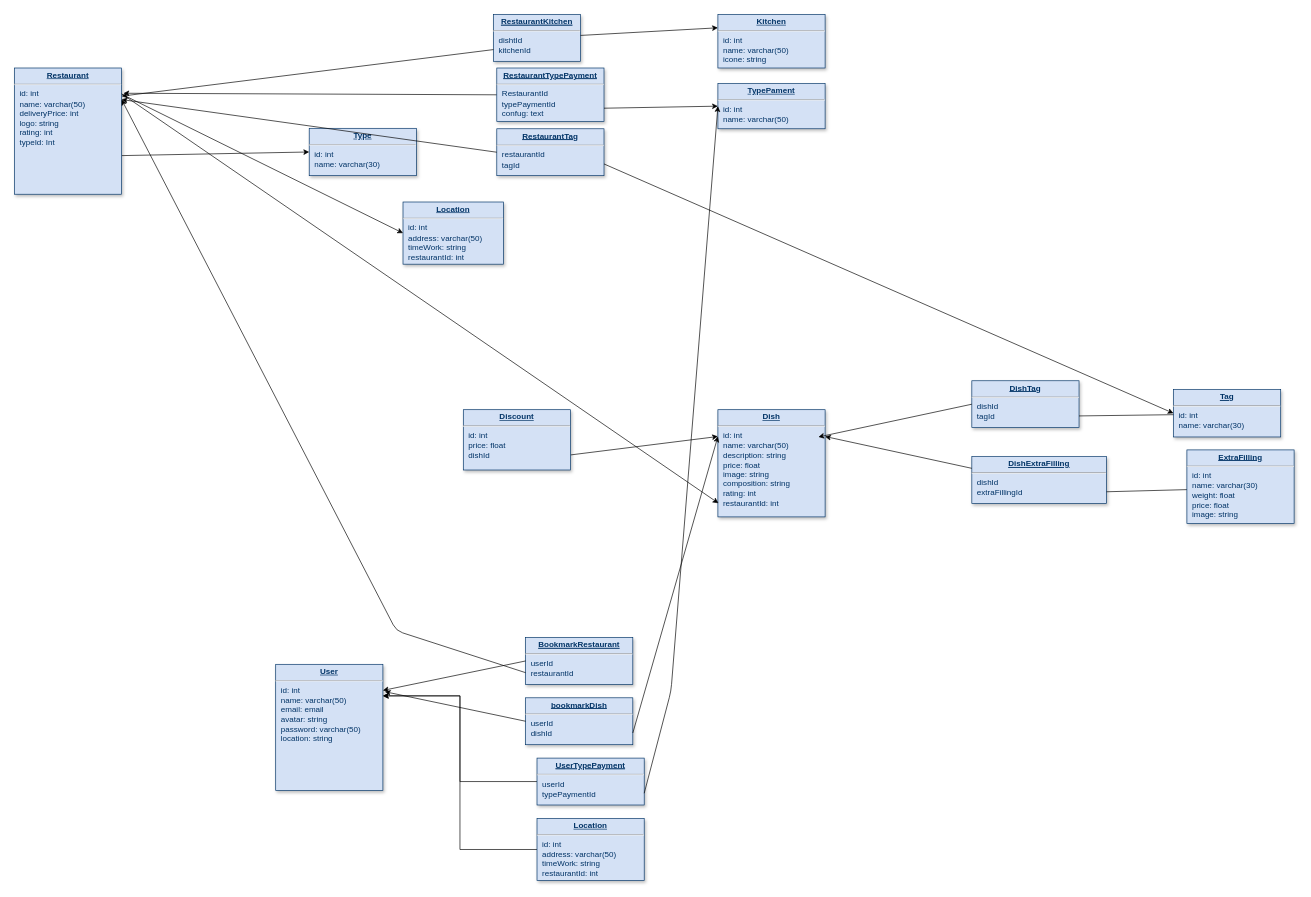
Above: Untitled Diagram.drawio in YuraBobeshko/Food (draw.io), before the change. Source tidied: cells renumbered, new cells numbered last; positions are measured from the earlier drawing's top-left corner, leaving out a move shared by most shapes. Both pictures are drawn from the tidied source at 67%, with x=0, y=0 at pixel (14, 14).
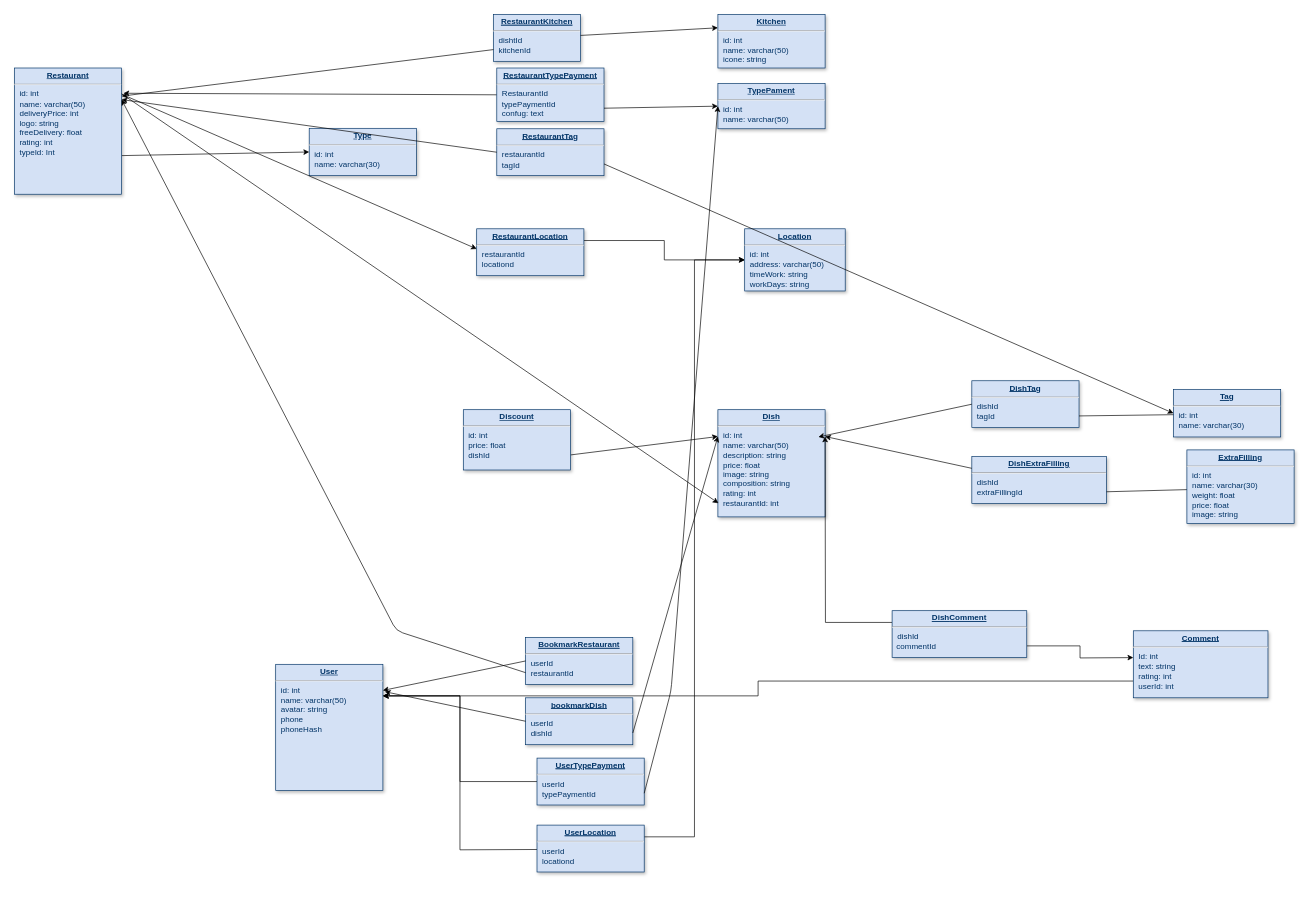
Above is the later version.

Change to the diagram source:
```diff
@@
-    <mxCell id="3" value="&lt;p style=&quot;margin: 4px 0px 0px ; text-align: center&quot;&gt;&lt;b&gt;&lt;u&gt;Restaurant&lt;/u&gt;&lt;/b&gt;&lt;br&gt;&lt;/p&gt;&lt;hr&gt;&lt;p style=&quot;margin: 0px ; margin-left: 8px&quot;&gt;id: int&lt;br&gt;name: varchar(50)&lt;br&gt;deliveryPrice: int&lt;br&gt;logo: string&lt;br&gt;rating: int&lt;br&gt;typeId: Int&lt;br&gt;&lt;br&gt;&lt;br&gt;&lt;/p&gt;" style="verticalAlign=top;align=left;overflow=fill;fontSize=12;fontFamily=Helvetica;html=1;strokeColor=#003366;shadow=1;fillColor=#D4E1F5;fontColor=#003366;" parent="1" vertex="1">
+    <mxCell id="3" value="&lt;p style=&quot;margin: 4px 0px 0px ; text-align: center&quot;&gt;&lt;b&gt;&lt;u&gt;Restaurant&lt;/u&gt;&lt;/b&gt;&lt;br&gt;&lt;/p&gt;&lt;hr&gt;&lt;p style=&quot;margin: 0px ; margin-left: 8px&quot;&gt;id: int&lt;br&gt;name: varchar(50)&lt;br&gt;deliveryPrice: int&lt;br&gt;logo: string&lt;br&gt;freeDelivery: float&lt;br&gt;rating: int&lt;br&gt;typeId: Int&lt;br&gt;&lt;br&gt;&lt;br&gt;&lt;/p&gt;" style="verticalAlign=top;align=left;overflow=fill;fontSize=12;fontFamily=Helvetica;html=1;strokeColor=#003366;shadow=1;fillColor=#D4E1F5;fontColor=#003366;" parent="1" vertex="1">
       <mxGeometry y="80" width="160" height="188.4" as="geometry" />
     </mxCell>
@@
-    <mxCell id="29" value="&lt;p style=&quot;margin: 4px 0px 0px ; text-align: center&quot;&gt;&lt;b&gt;&lt;u&gt;User&lt;/u&gt;&lt;/b&gt;&lt;br&gt;&lt;/p&gt;&lt;hr&gt;&lt;p style=&quot;margin: 0px ; margin-left: 8px&quot;&gt;id: int&lt;br&gt;name: varchar(50)&lt;br&gt;email: email&lt;br&gt;avatar: string&lt;br&gt;password: varchar(50)&lt;br&gt;location: string&lt;br&gt;&lt;br&gt;&lt;br&gt;&lt;br&gt;&lt;/p&gt;" style="verticalAlign=top;align=left;overflow=fill;fontSize=12;fontFamily=Helvetica;html=1;strokeColor=#003366;shadow=1;fillColor=#D4E1F5;fontColor=#003366;" parent="1" vertex="1">
+    <mxCell id="29" value="&lt;p style=&quot;margin: 4px 0px 0px ; text-align: center&quot;&gt;&lt;b&gt;&lt;u&gt;User&lt;/u&gt;&lt;/b&gt;&lt;br&gt;&lt;/p&gt;&lt;hr&gt;&lt;p style=&quot;margin: 0px ; margin-left: 8px&quot;&gt;id: int&lt;br&gt;name: varchar(50)&lt;br&gt;avatar: string&lt;br&gt;phone&lt;br&gt;phoneHash&lt;br&gt;&lt;br&gt;&lt;br&gt;&lt;/p&gt;" style="verticalAlign=top;align=left;overflow=fill;fontSize=12;fontFamily=Helvetica;html=1;strokeColor=#003366;shadow=1;fillColor=#D4E1F5;fontColor=#003366;" parent="1" vertex="1">
       <mxGeometry x="390" y="970" width="160" height="188.4" as="geometry" />
     </mxCell>
@@
-    <mxCell id="38" value="&lt;p style=&quot;margin: 0px ; margin-top: 4px ; text-align: center ; text-decoration: underline&quot;&gt;&lt;span style=&quot;text-align: left&quot;&gt;&lt;b&gt;Location&lt;/b&gt;&lt;/span&gt;&lt;br&gt;&lt;/p&gt;&lt;hr&gt;&lt;p style=&quot;margin: 0px ; margin-left: 8px&quot;&gt;id: int&lt;br&gt;address&lt;span&gt;: varchar(50)&lt;/span&gt;&lt;/p&gt;&lt;p style=&quot;margin: 0px ; margin-left: 8px&quot;&gt;timeWork: string&lt;br&gt;restaurantId: int&lt;br&gt;&lt;/p&gt;&lt;p style=&quot;margin: 0px ; margin-left: 8px&quot;&gt;&lt;br&gt;&lt;br&gt;&lt;/p&gt;" style="verticalAlign=top;align=left;overflow=fill;fontSize=12;fontFamily=Helvetica;html=1;strokeColor=#003366;shadow=1;fillColor=#D4E1F5;fontColor=#003366;" parent="1" vertex="1">
-      <mxGeometry x="580" y="280" width="150" height="92.8" as="geometry" />
+    <mxCell id="38" value="&lt;p style=&quot;margin: 0px ; margin-top: 4px ; text-align: center ; text-decoration: underline&quot;&gt;&lt;span style=&quot;text-align: left&quot;&gt;&lt;b&gt;Location&lt;/b&gt;&lt;/span&gt;&lt;br&gt;&lt;/p&gt;&lt;hr&gt;&lt;p style=&quot;margin: 0px ; margin-left: 8px&quot;&gt;id: int&lt;br&gt;address&lt;span&gt;: varchar(50)&lt;/span&gt;&lt;/p&gt;&lt;p style=&quot;margin: 0px ; margin-left: 8px&quot;&gt;timeWork: string&lt;br&gt;workDays: string&lt;br&gt;&lt;/p&gt;&lt;p style=&quot;margin: 0px ; margin-left: 8px&quot;&gt;&lt;br&gt;&lt;br&gt;&lt;/p&gt;" style="verticalAlign=top;align=left;overflow=fill;fontSize=12;fontFamily=Helvetica;html=1;strokeColor=#003366;shadow=1;fillColor=#D4E1F5;fontColor=#003366;" parent="1" vertex="1">
+      <mxGeometry x="1090" y="320" width="150" height="92.8" as="geometry" />
     </mxCell>
-    <mxCell id="39" style="endArrow=classic;html=1;entryX=0;entryY=0.5;entryDx=0;entryDy=0;exitX=1.008;exitY=0.21;exitDx=0;exitDy=0;exitPerimeter=0;" parent="1" edge="1" source="3" target="38">
-      <mxGeometry relative="1" as="geometry" />
+    <mxCell id="39" style="endArrow=classic;html=1;exitX=1.008;exitY=0.21;exitDx=0;exitDy=0;exitPerimeter=0;" parent="1" edge="1" source="3">
+      <mxGeometry relative="1" as="geometry">
+        <mxPoint x="690" y="350" as="targetPoint" />
+      </mxGeometry>
     </mxCell>
-    <mxCell id="40" style="edgeStyle=orthogonalEdgeStyle;rounded=0;jettySize=auto;html=1;entryX=1;entryY=0.25;entryDx=0;entryDy=0;" parent="1" edge="1" source="41" target="29">
-      <mxGeometry relative="1" as="geometry" />
+    <mxCell id="40" style="edgeStyle=orthogonalEdgeStyle;rounded=0;jettySize=auto;html=1;entryX=1;entryY=0.25;entryDx=0;entryDy=0;" parent="1" edge="1" target="29">
+      <mxGeometry relative="1" as="geometry">
+        <mxPoint x="780" y="1246.4" as="sourcePoint" />
+      </mxGeometry>
     </mxCell>
-    <mxCell id="41" value="&lt;p style=&quot;margin: 0px ; margin-top: 4px ; text-align: center ; text-decoration: underline&quot;&gt;&lt;span style=&quot;text-align: left&quot;&gt;&lt;b&gt;Location&lt;/b&gt;&lt;/span&gt;&lt;br&gt;&lt;/p&gt;&lt;hr&gt;&lt;p style=&quot;margin: 0px ; margin-left: 8px&quot;&gt;id: int&lt;br&gt;address&lt;span&gt;: varchar(50)&lt;/span&gt;&lt;/p&gt;&lt;p style=&quot;margin: 0px ; margin-left: 8px&quot;&gt;timeWork: string&lt;br&gt;restaurantId: int&lt;br&gt;&lt;/p&gt;&lt;p style=&quot;margin: 0px ; margin-left: 8px&quot;&gt;&lt;br&gt;&lt;br&gt;&lt;/p&gt;" style="verticalAlign=top;align=left;overflow=fill;fontSize=12;fontFamily=Helvetica;html=1;strokeColor=#003366;shadow=1;fillColor=#D4E1F5;fontColor=#003366;" parent="1" vertex="1">
-      <mxGeometry x="780" y="1200" width="160" height="92.8" as="geometry" />
-    </mxCell>
@@
+    <mxCell id="49" style="edgeStyle=orthogonalEdgeStyle;rounded=0;jettySize=auto;html=1;exitX=1;exitY=0.25;exitDx=0;exitDy=0;entryX=0;entryY=0.5;entryDx=0;entryDy=0;" parent="1" edge="1" source="50" target="38">
+      <mxGeometry relative="1" as="geometry" />
+    </mxCell>
+    <mxCell id="50" value="&lt;p style=&quot;margin: 0px ; margin-top: 4px ; text-align: center ; text-decoration: underline&quot;&gt;&lt;b&gt;&lt;u&gt;RestaurantLocation&lt;/u&gt;&lt;/b&gt;&lt;br&gt;&lt;/p&gt;&lt;hr&gt;&lt;p style=&quot;margin: 0px ; margin-left: 8px&quot;&gt;restaurantId&lt;br&gt;&lt;span style=&quot;text-align: center&quot;&gt;locationd&lt;/span&gt;&lt;/p&gt;&lt;p style=&quot;margin: 0px ; margin-left: 8px&quot;&gt;&lt;br&gt;&lt;/p&gt;" style="verticalAlign=top;align=left;overflow=fill;fontSize=12;fontFamily=Helvetica;html=1;strokeColor=#003366;shadow=1;fillColor=#D4E1F5;fontColor=#003366;" parent="1" vertex="1">
+      <mxGeometry x="690" y="320" width="160" height="70" as="geometry" />
+    </mxCell>
+    <mxCell id="51" style="edgeStyle=orthogonalEdgeStyle;rounded=0;jettySize=auto;html=1;exitX=1;exitY=0.25;exitDx=0;exitDy=0;entryX=0;entryY=0.5;entryDx=0;entryDy=0;" parent="1" edge="1" source="52" target="38">
+      <mxGeometry relative="1" as="geometry" />
+    </mxCell>
+    <mxCell id="52" value="&lt;p style=&quot;margin: 0px ; margin-top: 4px ; text-align: center ; text-decoration: underline&quot;&gt;&lt;b&gt;&lt;u&gt;UserLocation&lt;/u&gt;&lt;/b&gt;&lt;br&gt;&lt;/p&gt;&lt;hr&gt;&lt;p style=&quot;margin: 0px ; margin-left: 8px&quot;&gt;userId&lt;br&gt;&lt;span style=&quot;text-align: center&quot;&gt;locationd&lt;/span&gt;&lt;/p&gt;&lt;p style=&quot;margin: 0px ; margin-left: 8px&quot;&gt;&lt;br&gt;&lt;/p&gt;" style="verticalAlign=top;align=left;overflow=fill;fontSize=12;fontFamily=Helvetica;html=1;strokeColor=#003366;shadow=1;fillColor=#D4E1F5;fontColor=#003366;" parent="1" vertex="1">
+      <mxGeometry x="780" y="1210" width="160" height="70" as="geometry" />
+    </mxCell>
+    <mxCell id="53" style="edgeStyle=orthogonalEdgeStyle;rounded=0;jettySize=auto;html=1;exitX=0;exitY=0.25;exitDx=0;exitDy=0;" parent="1" edge="1" source="55">
+      <mxGeometry relative="1" as="geometry">
+        <mxPoint x="1210" y="630" as="targetPoint" />
+      </mxGeometry>
+    </mxCell>
+    <mxCell id="54" style="edgeStyle=orthogonalEdgeStyle;rounded=0;jettySize=auto;html=1;exitX=1;exitY=0.75;exitDx=0;exitDy=0;" parent="1" edge="1" source="55">
+      <mxGeometry relative="1" as="geometry">
+        <mxPoint x="1670" y="960" as="targetPoint" />
+      </mxGeometry>
+    </mxCell>
+    <mxCell id="55" value="&lt;p style=&quot;margin: 0px ; margin-top: 4px ; text-align: center ; text-decoration: underline&quot;&gt;&lt;b&gt;&lt;u&gt;Dish&lt;/u&gt;&lt;/b&gt;&lt;b&gt;&lt;u&gt;Comment&lt;/u&gt;&lt;/b&gt;&lt;/p&gt;&lt;hr&gt;&lt;p style=&quot;margin: 0px ; margin-left: 8px&quot;&gt;dishId&lt;/p&gt;&lt;p style=&quot;margin: 0px ; margin-left: 8px&quot;&gt;&lt;/p&gt;&lt;div style=&quot;text-align: left&quot;&gt;&amp;nbsp; commentId&lt;/div&gt;&lt;span style=&quot;text-align: center&quot;&gt;&lt;br&gt;&lt;/span&gt;&lt;p&gt;&lt;/p&gt;&lt;p style=&quot;margin: 0px ; margin-left: 8px&quot;&gt;&lt;br&gt;&lt;/p&gt;" style="verticalAlign=top;align=left;overflow=fill;fontSize=12;fontFamily=Helvetica;html=1;strokeColor=#003366;shadow=1;fillColor=#D4E1F5;fontColor=#003366;" parent="1" vertex="1">
+      <mxGeometry x="1310" y="890" width="201" height="70" as="geometry" />
+    </mxCell>
+    <mxCell id="56" style="edgeStyle=orthogonalEdgeStyle;rounded=0;jettySize=auto;html=1;exitX=0;exitY=0.75;exitDx=0;exitDy=0;entryX=1;entryY=0.25;entryDx=0;entryDy=0;" parent="1" edge="1" source="57" target="29">
+      <mxGeometry relative="1" as="geometry" />
+    </mxCell>
+    <mxCell id="57" value="&lt;p style=&quot;margin: 0px ; margin-top: 4px ; text-align: center ; text-decoration: underline&quot;&gt;&lt;b&gt;&lt;u&gt;Comment&lt;/u&gt;&lt;/b&gt;&lt;/p&gt;&lt;hr&gt;&lt;p style=&quot;margin: 0px ; margin-left: 8px&quot;&gt;Id: int&lt;/p&gt;&lt;p style=&quot;margin: 0px ; margin-left: 8px&quot;&gt;text: string&lt;/p&gt;&lt;p style=&quot;margin: 0px ; margin-left: 8px&quot;&gt;rating: int&lt;br&gt;userId: int&lt;/p&gt;&lt;span style=&quot;text-align: center&quot;&gt;&lt;br&gt;&lt;/span&gt;&lt;p&gt;&lt;/p&gt;&lt;p style=&quot;margin: 0px ; margin-left: 8px&quot;&gt;&lt;br&gt;&lt;/p&gt;" style="verticalAlign=top;align=left;overflow=fill;fontSize=12;fontFamily=Helvetica;html=1;strokeColor=#003366;shadow=1;fillColor=#D4E1F5;fontColor=#003366;" parent="1" vertex="1">
+      <mxGeometry x="1670" y="920" width="201" height="100" as="geometry" />
+    </mxCell>
```
